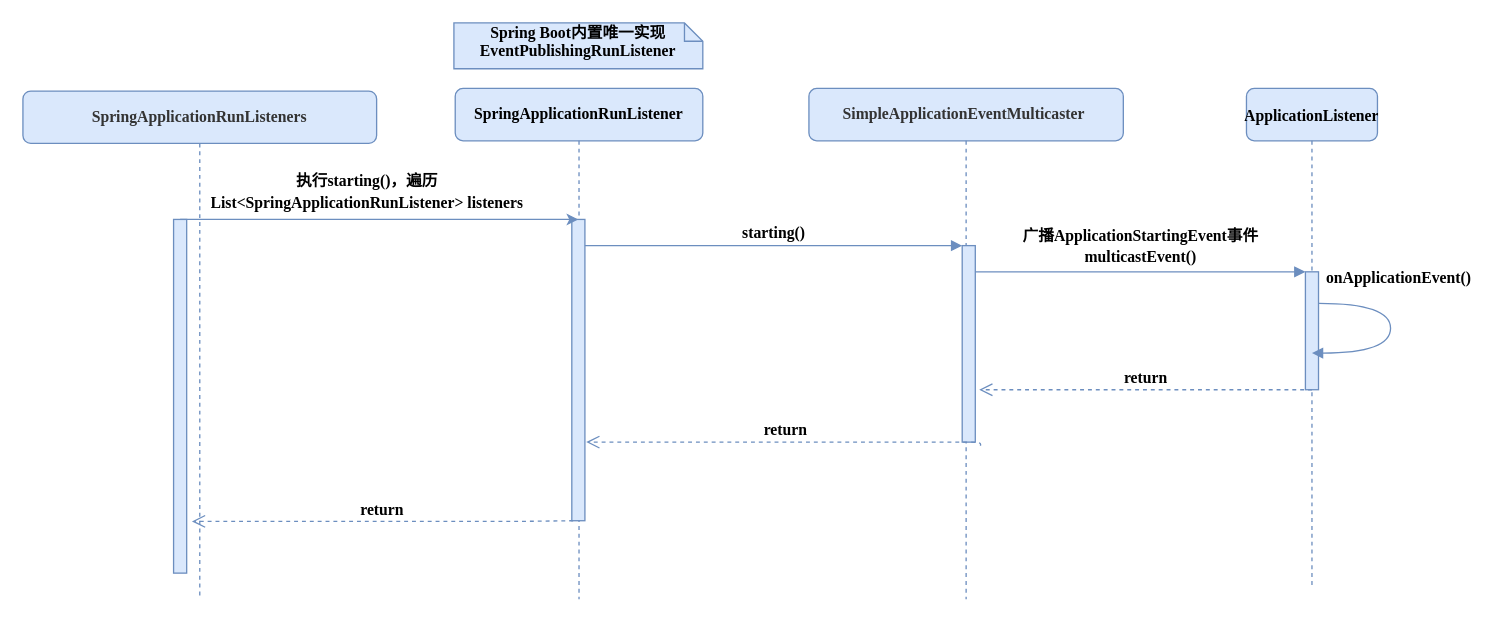
Zhengyang550/draw.io keeps this draw.io diagram as SpringBoot/事件监听机制.drawio. Above is the earlier version. Source tidied: cells renumbered, new cells numbered last; positions are measured from the earlier drawing's top-left corner, leaving out a move shared by most shapes. Both pictures are drawn from the tidied source at 131%, with x=0, y=0 at pixel (22, 22).
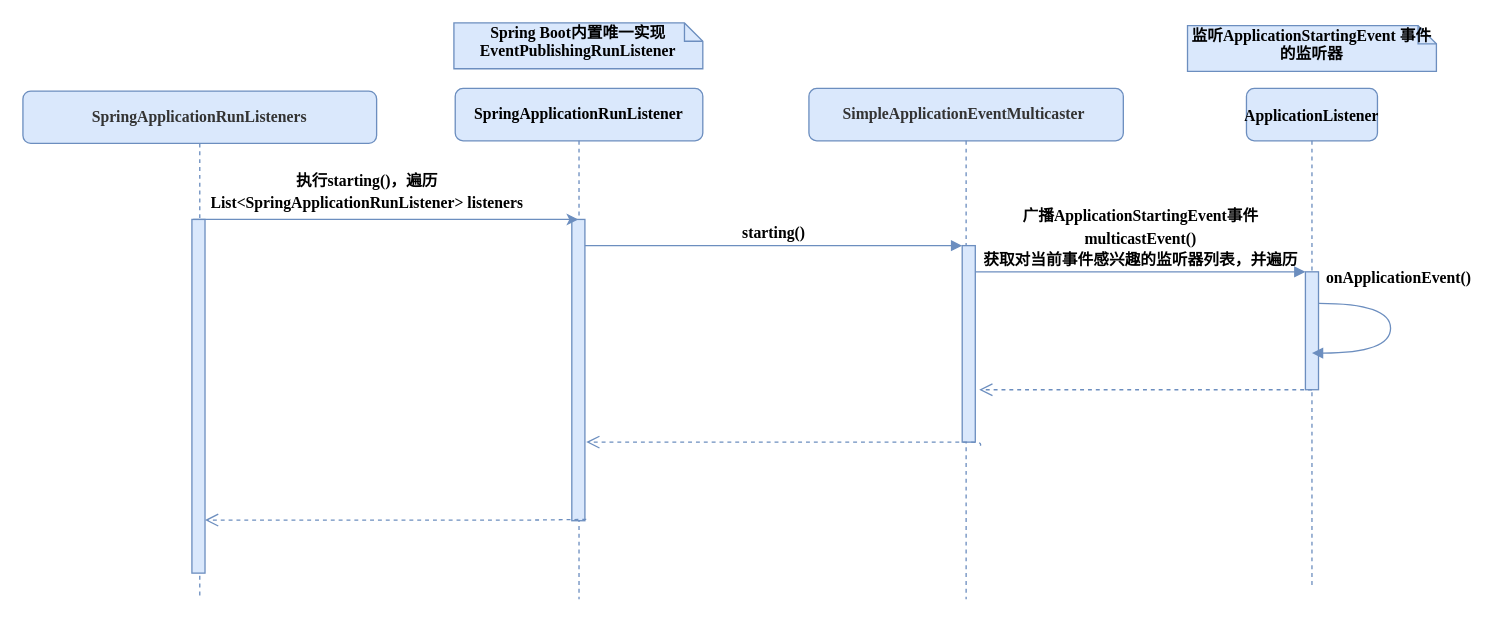
After the change.

Commit message (it also covers changes not shown here):
更新事件监听机制.drawio

Unchanged cells that the change refers to:
```xml
<mxCell id="2" value="&lt;span style=&quot;font-size: 12px; text-align: left;&quot;&gt;SpringApplicationRunListener&lt;/span&gt;" style="shape=umlLifeline;perimeter=lifelinePerimeter;whiteSpace=wrap;html=1;outlineConnect=0;rounded=1;shadow=0;comic=0;labelBackgroundColor=none;strokeWidth=1;fontFamily=Times New Roman;fontSize=12;align=center;fillColor=#dae8fc;strokeColor=#6c8ebf;fontStyle=1;" parent="1" vertex="1">
  <mxGeometry x="330" y="50" width="189" height="390" as="geometry" />
</mxCell>
<mxCell id="5" style="html=1;points=[];perimeter=orthogonalPerimeter;rounded=0;shadow=0;comic=0;labelBackgroundColor=none;strokeWidth=1;fontFamily=Times New Roman;fontSize=12;align=center;fillColor=#dae8fc;strokeColor=#6c8ebf;fontStyle=1;" parent="4" vertex="1">
  <mxGeometry x="117" y="120" width="10" height="150" as="geometry" />
</mxCell>
<mxCell id="7" value="&lt;h4 style=&quot;margin: 10px 0px; padding: 0px; font-size: 12px; color: rgb(51, 51, 51); text-align: left;&quot;&gt;&lt;span style=&quot;margin: 0px; padding: 0px; font-size: 12px;&quot;&gt;SpringApplicationRunListeners&lt;/span&gt;&lt;/h4&gt;" style="shape=umlLifeline;perimeter=lifelinePerimeter;whiteSpace=wrap;html=1;rounded=1;shadow=0;comic=0;labelBackgroundColor=none;strokeWidth=1;fontFamily=Times New Roman;fontSize=12;align=center;fillColor=#dae8fc;strokeColor=#6c8ebf;fontStyle=1;" parent="1" vertex="1">
  <mxGeometry y="52" width="270" height="388" as="geometry" />
</mxCell>
<mxCell id="10" style="html=1;points=[];perimeter=orthogonalPerimeter;rounded=0;shadow=0;comic=0;labelBackgroundColor=none;strokeWidth=1;fontFamily=Times New Roman;fontSize=12;align=center;fillColor=#dae8fc;strokeColor=#6c8ebf;fontStyle=1;" parent="1" vertex="1">
  <mxGeometry x="979" y="190" width="10" height="90" as="geometry" />
</mxCell>
```

Change to the diagram source:
```diff
@@
     <mxCell id="8" style="html=1;perimeter=orthogonalPerimeter;rounded=0;shadow=0;comic=0;labelBackgroundColor=none;strokeWidth=1;fontFamily=Times New Roman;fontSize=12;align=center;fillColor=#dae8fc;strokeColor=#6c8ebf;fontStyle=1;" parent="7" vertex="1">
-      <mxGeometry x="115" y="98" width="10" height="270" as="geometry" />
+      <mxGeometry x="129" y="98" width="10" height="270" as="geometry" />
     </mxCell>
@@
-    <mxCell id="11" value="广播ApplicationStartingEvent事件&lt;br style=&quot;font-size: 12px;&quot;&gt;&lt;div style=&quot;margin-top: 0px; margin-bottom: 0px; padding: 0px; overflow: auto; overflow-wrap: break-word; font-size: 12px;&quot;&gt;&lt;span style=&quot;margin: 0px; padding: 0px; line-height: 1.5; font-size: 12px;&quot;&gt;multicastEvent()&lt;/span&gt;&lt;/div&gt;" style="html=1;verticalAlign=bottom;endArrow=block;labelBackgroundColor=none;fontFamily=Times New Roman;fontSize=12;edgeStyle=elbowEdgeStyle;elbow=vertical;align=center;fillColor=#dae8fc;strokeColor=#6c8ebf;fontStyle=1;" parent="1" edge="1" source="5" target="10">
+    <mxCell id="11" value="广播ApplicationStartingEvent事件&lt;br style=&quot;font-size: 12px&quot;&gt;&lt;div style=&quot;margin-top: 0px ; margin-bottom: 0px ; padding: 0px ; overflow: auto ; overflow-wrap: break-word ; font-size: 12px&quot;&gt;&lt;span style=&quot;margin: 0px ; padding: 0px ; line-height: 1.5 ; font-size: 12px&quot;&gt;multicastEvent()&lt;/span&gt;&lt;/div&gt;&lt;div style=&quot;margin-top: 0px ; margin-bottom: 0px ; padding: 0px ; overflow: auto ; overflow-wrap: break-word ; font-size: 12px&quot;&gt;获取对当前事件感兴趣的监听器列表，并遍历&lt;/div&gt;" style="html=1;verticalAlign=bottom;endArrow=block;labelBackgroundColor=none;fontFamily=Times New Roman;fontSize=12;edgeStyle=elbowEdgeStyle;elbow=vertical;align=center;fillColor=#dae8fc;strokeColor=#6c8ebf;fontStyle=1;" parent="1" edge="1" source="5" target="10">
       <mxGeometry relative="1" as="geometry">
         <Array as="points">
           <mxPoint x="733" y="190" />
         </Array>
       </mxGeometry>
     </mxCell>
-    <mxCell id="12" value="return" style="html=1;verticalAlign=bottom;endArrow=open;dashed=1;endSize=8;labelBackgroundColor=none;fontFamily=Times New Roman;fontSize=12;fillColor=#dae8fc;strokeColor=#6c8ebf;fontStyle=1;" parent="1" edge="1">
+    <mxCell id="12" style="html=1;verticalAlign=bottom;endArrow=open;dashed=1;endSize=8;labelBackgroundColor=none;fontFamily=Times New Roman;fontSize=12;fillColor=#dae8fc;strokeColor=#6c8ebf;fontStyle=1;" parent="1" edge="1">
       <mxGeometry relative="1" as="geometry">
-        <mxPoint x="420" y="380" as="sourcePoint" />
-        <mxPoint x="129" y="380.5" as="targetPoint" />
+        <mxPoint x="430" y="379" as="sourcePoint" />
+        <mxPoint x="139" y="379.5" as="targetPoint" />
         <Array as="points">
-          <mxPoint x="380" y="380.5" />
+          <mxPoint x="390" y="379.5" />
         </Array>
       </mxGeometry>
     </mxCell>
-    <mxCell id="13" value="return" style="html=1;verticalAlign=bottom;endArrow=open;dashed=1;endSize=8;labelBackgroundColor=none;fontFamily=Times New Roman;fontSize=12;edgeStyle=elbowEdgeStyle;elbow=vertical;exitX=1.401;exitY=1.019;exitDx=0;exitDy=0;exitPerimeter=0;fillColor=#dae8fc;strokeColor=#6c8ebf;fontStyle=1;" parent="1" edge="1" source="5">
+    <mxCell id="13" style="html=1;verticalAlign=bottom;endArrow=open;dashed=1;endSize=8;labelBackgroundColor=none;fontFamily=Times New Roman;fontSize=12;edgeStyle=elbowEdgeStyle;elbow=vertical;exitX=1.401;exitY=1.019;exitDx=0;exitDy=0;exitPerimeter=0;fillColor=#dae8fc;strokeColor=#6c8ebf;fontStyle=1;" parent="1" edge="1" source="5">
       <mxGeometry relative="1" as="geometry">
         <mxPoint x="430" y="320" as="targetPoint" />
         <Array as="points">
           <mxPoint x="440" y="320" />
           <mxPoint x="720" y="320" />
           <mxPoint x="1340" y="330" />
           <mxPoint x="1420" y="310" />
           <mxPoint x="500" y="570" />
         </Array>
       </mxGeometry>
     </mxCell>
@@
     <mxCell id="17" style="endArrow=classic;html=1;fillColor=#dae8fc;strokeColor=#6c8ebf;fontFamily=Times New Roman;fontStyle=1;fontSize=12;" parent="1" edge="1" target="2">
       <mxGeometry relative="1" as="geometry">
-        <mxPoint x="120" y="150" as="sourcePoint" />
+        <mxPoint x="130" y="150" as="sourcePoint" />
       </mxGeometry>
     </mxCell>
-    <mxCell id="18" value="return" style="html=1;verticalAlign=bottom;endArrow=open;dashed=1;endSize=8;labelBackgroundColor=none;fontFamily=Times New Roman;fontSize=12;edgeStyle=elbowEdgeStyle;elbow=vertical;fillColor=#dae8fc;strokeColor=#6c8ebf;fontStyle=1;" parent="1" edge="1">
+    <mxCell id="18" style="html=1;verticalAlign=bottom;endArrow=open;dashed=1;endSize=8;labelBackgroundColor=none;fontFamily=Times New Roman;fontSize=12;edgeStyle=elbowEdgeStyle;elbow=vertical;fillColor=#dae8fc;strokeColor=#6c8ebf;fontStyle=1;" parent="1" edge="1">
       <mxGeometry relative="1" as="geometry">
         <mxPoint x="984" y="280" as="sourcePoint" />
         <mxPoint x="730" y="280" as="targetPoint" />
         <Array as="points">
           <mxPoint x="784" y="280" />
           <mxPoint x="1064" y="280" />
           <mxPoint x="1684" y="290" />
           <mxPoint x="1764" y="270" />
           <mxPoint x="844" y="530" />
         </Array>
       </mxGeometry>
     </mxCell>
+    <mxCell id="19" value="&lt;font style=&quot;font-size: 12px&quot;&gt;监听&lt;span style=&quot;font-family: &amp;#34;times new roman&amp;#34; , &amp;#34;times&amp;#34; ; text-align: left&quot;&gt;ApplicationStartingEvent&amp;nbsp;事件的监听器&lt;/span&gt;&lt;/font&gt;" style="shape=note;whiteSpace=wrap;html=1;size=14;verticalAlign=top;align=center;spacingTop=-6;rounded=0;shadow=0;comic=0;labelBackgroundColor=none;strokeWidth=1;fontFamily=Times New Roman;fontSize=12;fillColor=#dae8fc;strokeColor=#6c8ebf;fontStyle=1;" parent="1" vertex="1">
+      <mxGeometry x="889" y="2" width="190" height="35" as="geometry" />
+    </mxCell>
```
